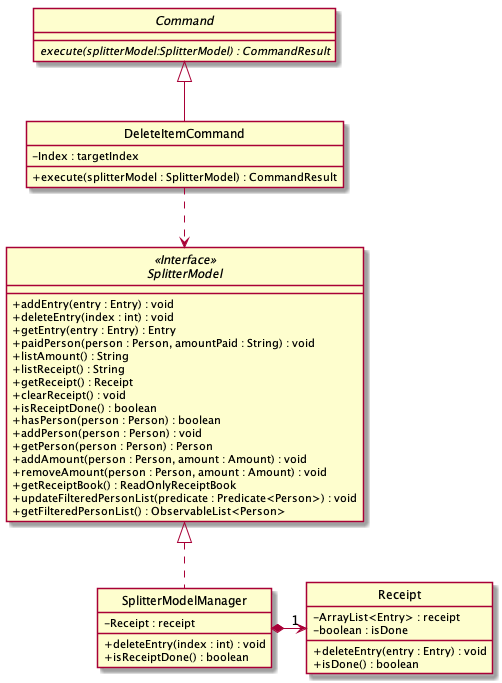
Above: images/ExpenseSplitterDeleteItemCommandClassDiagram.png in AY1920S2-CS2103T-W13-1/main (PlantUML), before the change.
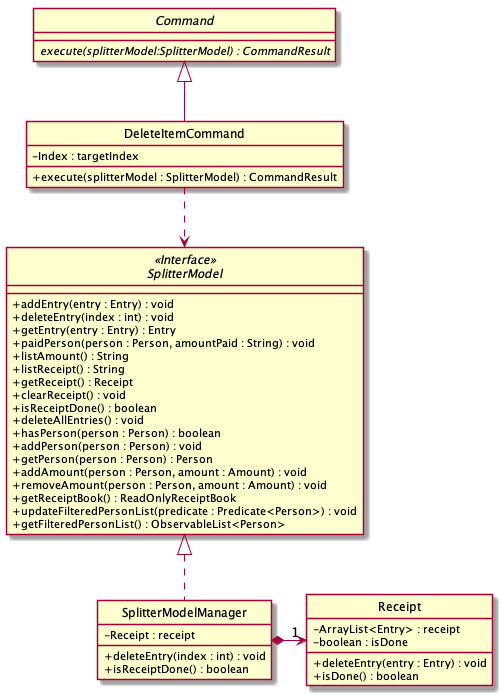
Later version of the same file.

Change to the diagram source:
```diff
@@ -25,6 +25,7 @@
     + getReceipt() : Receipt
     + clearReceipt() : void
     + isReceiptDone() : boolean
+    + deleteAllEntries() : void
     + hasPerson(person : Person) : boolean
     + addPerson(person : Person) : void
     + getPerson(person : Person) : Person
@@ -34,6 +35,7 @@
     + updateFilteredPersonList(predicate : Predicate<Person>) : void
     + getFilteredPersonList() : ObservableList<Person>
 }
+
 
 class SplitterModelManager implements SplitterModel {
     - Receipt : receipt
@@ -50,7 +52,6 @@
     + isDone() : boolean
 }
 
-
 DeleteItemCommand ..> SplitterModel
 SplitterModelManager *-right->"1" Receipt
 
```
